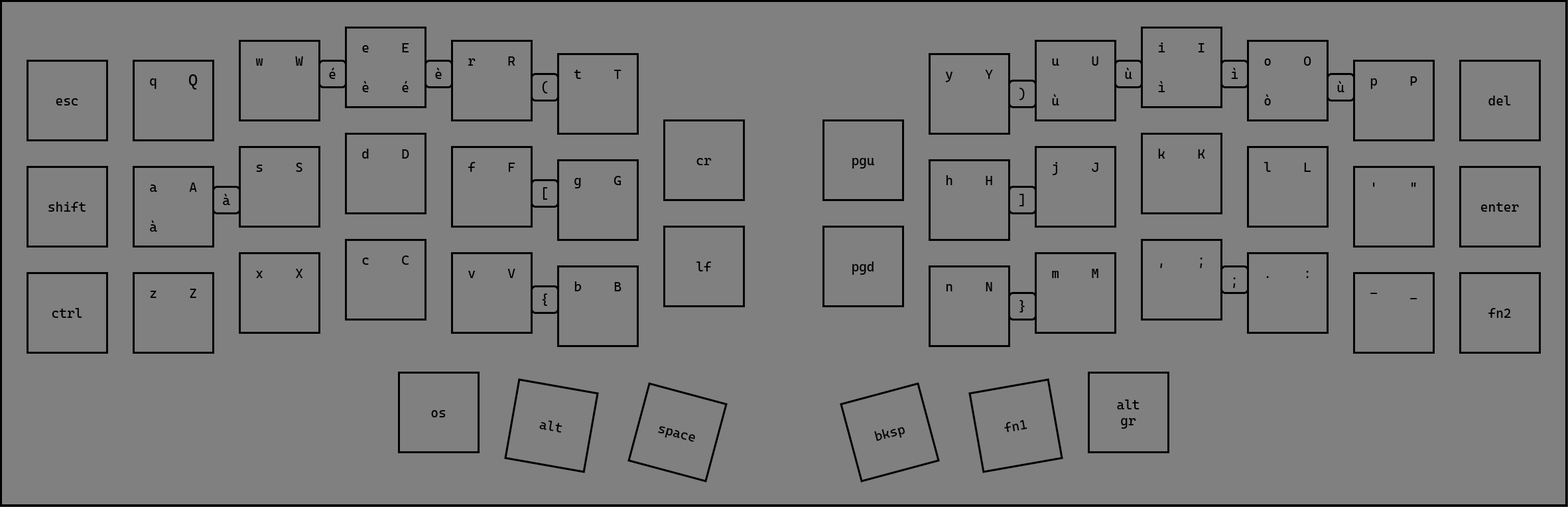
dellarosciagiorgio/crkbd keeps this draw.io diagram as imgs/layer0.png. Above is the earlier version. Source tidied: cells renumbered, new cells last; positions are measured from the earlier drawing's top-left corner, leaving out a move shared by most shapes.
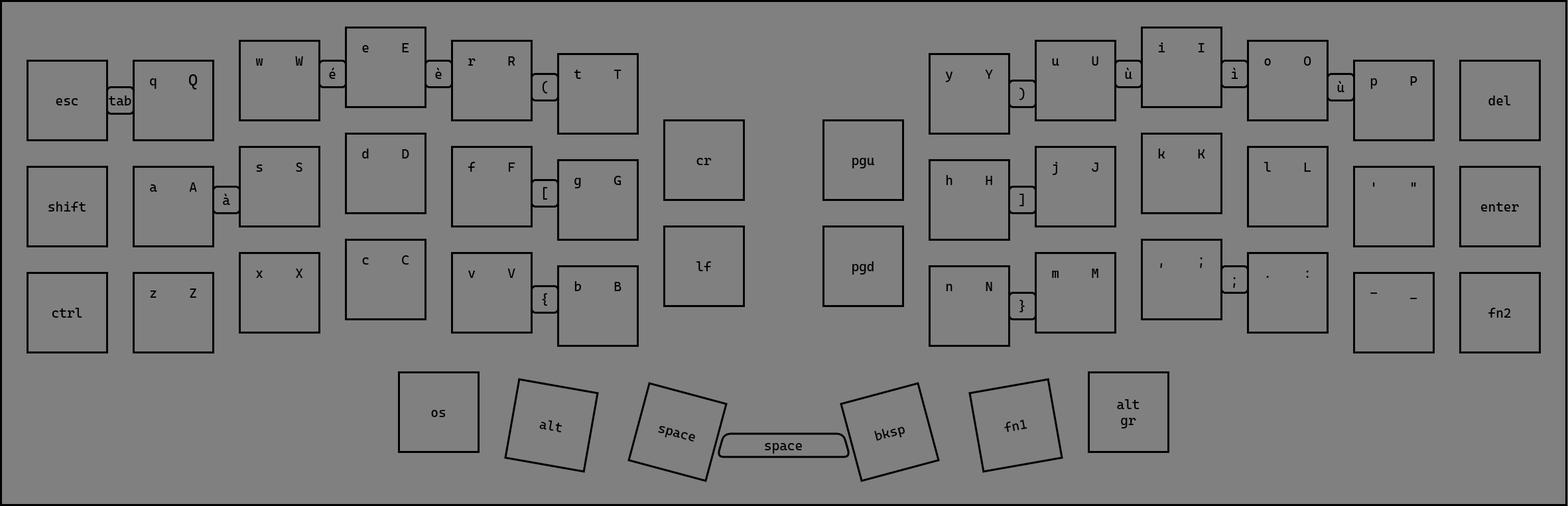
The same diagram one commit later.

The edit, as a diff of the source:
```diff
@@ -1,4 +1,4 @@
-<mxGraphModel background="#333333">
+<mxGraphModel background="#808080">
   <root>
     <mxCell id="0" />
     <mxCell id="1" parent="0" />
@@ -155,9 +155,6 @@
     <mxCell id="52" value="&lt;font style=&quot;font-size: 20px; color: rgb(0, 0, 0);&quot;&gt;A&lt;/font&gt;" style="text;html=1;strokeColor=none;fillColor=none;align=center;verticalAlign=middle;whiteSpace=wrap;rounded=0;strokeWidth=1;fontFamily=Cascadia Code;fontColor=default;" parent="1" vertex="1">
       <mxGeometry x="260" y="250" width="60" height="60" as="geometry" />
     </mxCell>
-    <mxCell id="53" value="&lt;font style=&quot;font-size: 20px; color: rgb(0, 0, 0);&quot;&gt;à&lt;/font&gt;" style="text;html=1;strokeColor=none;fillColor=none;align=center;verticalAlign=middle;whiteSpace=wrap;rounded=0;strokeWidth=1;fontFamily=Cascadia Code;fontColor=default;" parent="1" vertex="1">
-      <mxGeometry x="200" y="310" width="60" height="60" as="geometry" />
-    </mxCell>
     <mxCell id="54" value="&lt;font style=&quot;font-size: 20px; color: rgb(0, 0, 0);&quot;&gt;z&lt;/font&gt;" style="text;html=1;strokeColor=none;fillColor=none;align=center;verticalAlign=middle;whiteSpace=wrap;rounded=0;strokeWidth=1;fontFamily=Cascadia Code;fontColor=default;" parent="1" vertex="1">
       <mxGeometry x="200" y="410" width="60" height="60" as="geometry" />
     </mxCell>
@@ -188,12 +185,6 @@
     <mxCell id="63" value="&lt;font style=&quot;font-size: 20px; color: rgb(0, 0, 0);&quot;&gt;E&lt;/font&gt;" style="text;html=1;strokeColor=none;fillColor=none;align=center;verticalAlign=middle;whiteSpace=wrap;rounded=0;strokeWidth=1;fontFamily=Cascadia Code;fontColor=default;" parent="1" vertex="1">
       <mxGeometry x="580" y="40" width="60" height="60" as="geometry" />
     </mxCell>
-    <mxCell id="64" value="&lt;font style=&quot;font-size: 20px; color: rgb(0, 0, 0);&quot;&gt;é&lt;/font&gt;" style="text;html=1;strokeColor=none;fillColor=none;align=center;verticalAlign=middle;whiteSpace=wrap;rounded=0;strokeWidth=1;fontFamily=Cascadia Code;fontColor=default;" parent="1" vertex="1">
-      <mxGeometry x="580" y="100" width="60" height="60" as="geometry" />
-    </mxCell>
-    <mxCell id="65" value="&lt;font style=&quot;font-size: 20px; color: rgb(0, 0, 0);&quot;&gt;è&lt;/font&gt;" style="text;html=1;strokeColor=none;fillColor=none;align=center;verticalAlign=middle;whiteSpace=wrap;rounded=0;strokeWidth=1;fontFamily=Cascadia Code;fontColor=default;" parent="1" vertex="1">
-      <mxGeometry x="520" y="100" width="60" height="60" as="geometry" />
-    </mxCell>
     <mxCell id="66" value="&lt;font style=&quot;font-size: 20px; color: rgb(0, 0, 0);&quot;&gt;r&lt;/font&gt;" style="text;html=1;strokeColor=none;fillColor=none;align=center;verticalAlign=middle;whiteSpace=wrap;rounded=0;strokeWidth=1;fontFamily=Cascadia Code;fontColor=default;" parent="1" vertex="1">
       <mxGeometry x="680" y="60" width="60" height="60" as="geometry" />
     </mxCell>
@@ -341,15 +332,6 @@
     <mxCell id="114" value="&lt;font style=&quot;font-size: 20px; color: rgb(0, 0, 0);&quot;&gt;P&lt;/font&gt;" style="text;html=1;strokeColor=none;fillColor=none;align=center;verticalAlign=middle;whiteSpace=wrap;rounded=0;strokeWidth=1;fontFamily=Cascadia Code;fontColor=default;rotation=0;" parent="1" vertex="1">
       <mxGeometry x="2100" y="90" width="60" height="60" as="geometry" />
     </mxCell>
-    <mxCell id="115" value="&lt;font style=&quot;font-size: 20px; color: rgb(0, 0, 0);&quot;&gt;ù&lt;/font&gt;" style="text;html=1;strokeColor=none;fillColor=none;align=center;verticalAlign=middle;whiteSpace=wrap;rounded=0;strokeWidth=1;fontFamily=Cascadia Code;fontColor=default;rotation=0;" parent="1" vertex="1">
-      <mxGeometry x="1560" y="120" width="60" height="60" as="geometry" />
-    </mxCell>
-    <mxCell id="116" value="&lt;font style=&quot;font-size: 20px; color: rgb(0, 0, 0);&quot;&gt;ì&lt;/font&gt;" style="text;html=1;strokeColor=none;fillColor=none;align=center;verticalAlign=middle;whiteSpace=wrap;rounded=0;strokeWidth=1;fontFamily=Cascadia Code;fontColor=default;rotation=0;" parent="1" vertex="1">
-      <mxGeometry x="1720" y="100" width="60" height="60" as="geometry" />
-    </mxCell>
-    <mxCell id="117" value="&lt;font style=&quot;font-size: 20px; color: rgb(0, 0, 0);&quot;&gt;ò&lt;/font&gt;" style="text;html=1;strokeColor=none;fillColor=none;align=center;verticalAlign=middle;whiteSpace=wrap;rounded=0;strokeWidth=1;fontFamily=Cascadia Code;fontColor=default;rotation=0;" parent="1" vertex="1">
-      <mxGeometry x="1880" y="120" width="60" height="60" as="geometry" />
-    </mxCell>
     <mxCell id="118" style="rounded=1;whiteSpace=wrap;html=1;strokeColor=#000000;strokeWidth=3;fillColor=none;fontColor=default;" parent="1" vertex="1">
       <mxGeometry x="800" y="110" width="40" height="40" as="geometry" />
     </mxCell>
@@ -467,5 +449,17 @@
     <mxCell id="156" value="&lt;font style=&quot;font-size: 20px; color: rgb(0, 0, 0);&quot;&gt;ù&lt;/font&gt;" style="text;html=1;strokeColor=none;fillColor=none;align=center;verticalAlign=middle;whiteSpace=wrap;rounded=0;strokeWidth=1;fontFamily=Cascadia Code;fontColor=default;" parent="1" vertex="1">
       <mxGeometry x="2010" y="120" width="20" height="20" as="geometry" />
     </mxCell>
+    <mxCell id="157" style="rounded=1;whiteSpace=wrap;html=1;strokeColor=#000000;strokeWidth=3;fillColor=none;fontColor=default;" parent="1" vertex="1">
+      <mxGeometry x="160" y="130" width="40" height="40" as="geometry" />
+    </mxCell>
+    <mxCell id="158" value="&lt;font style=&quot;font-size: 20px; color: rgb(0, 0, 0);&quot;&gt;tab&lt;/font&gt;" style="text;html=1;strokeColor=none;fillColor=none;align=center;verticalAlign=middle;whiteSpace=wrap;rounded=0;strokeWidth=1;fontFamily=Cascadia Code;fontColor=default;" parent="1" vertex="1">
+      <mxGeometry x="170" y="140" width="20" height="20" as="geometry" />
+    </mxCell>
+    <mxCell id="159" value="&lt;font style=&quot;font-size: 20px; color: rgb(0, 0, 0);&quot;&gt;space&lt;/font&gt;" style="text;html=1;strokeColor=none;fillColor=none;align=center;verticalAlign=middle;whiteSpace=wrap;rounded=0;strokeWidth=1;fontFamily=Cascadia Code;fontColor=default;rotation=0;" parent="1" vertex="1">
+      <mxGeometry x="1150" y="640" width="60" height="60" as="geometry" />
+    </mxCell>
+    <mxCell id="160" style="shape=trapezoid;perimeter=trapezoidPerimeter;whiteSpace=wrap;html=1;fixedSize=1;size=10;rounded=1;fillColor=none;strokeWidth=3;" parent="1" vertex="1">
+      <mxGeometry x="1080" y="652.5" width="200" height="35" as="geometry" />
+    </mxCell>
   </root>
 </mxGraphModel>
```
